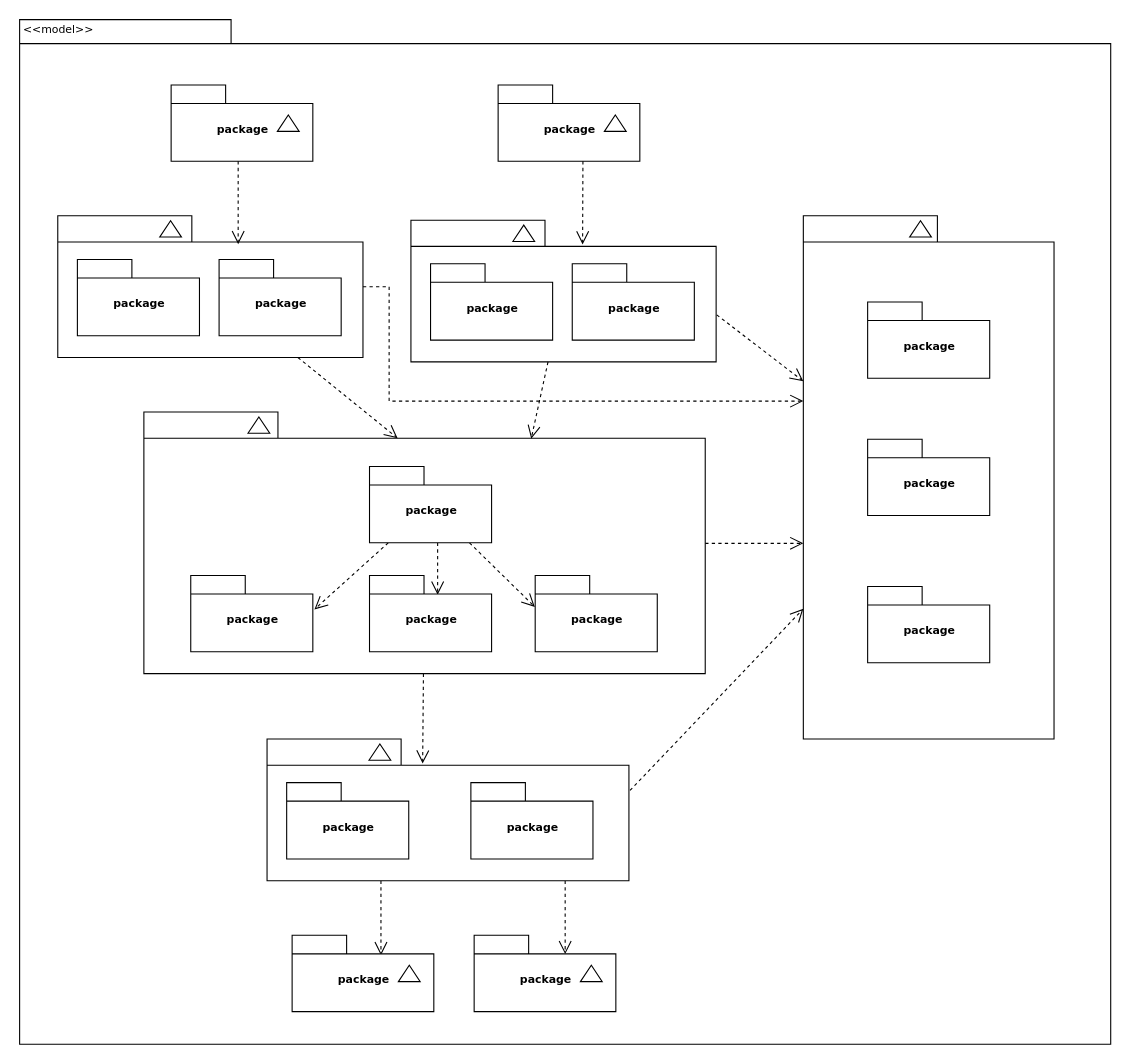
Before: Diagrama sem nome.drawio in Rodrigo-RRD/UML-Ananke, a draw.io diagram. Source tidied: cells renumbered, new cells numbered last; positions are measured from the earlier drawing's top-left corner, leaving out a move shared by most shapes. Both pictures are drawn from the tidied source at 109%, with x=0, y=0 at pixel (19, 19).
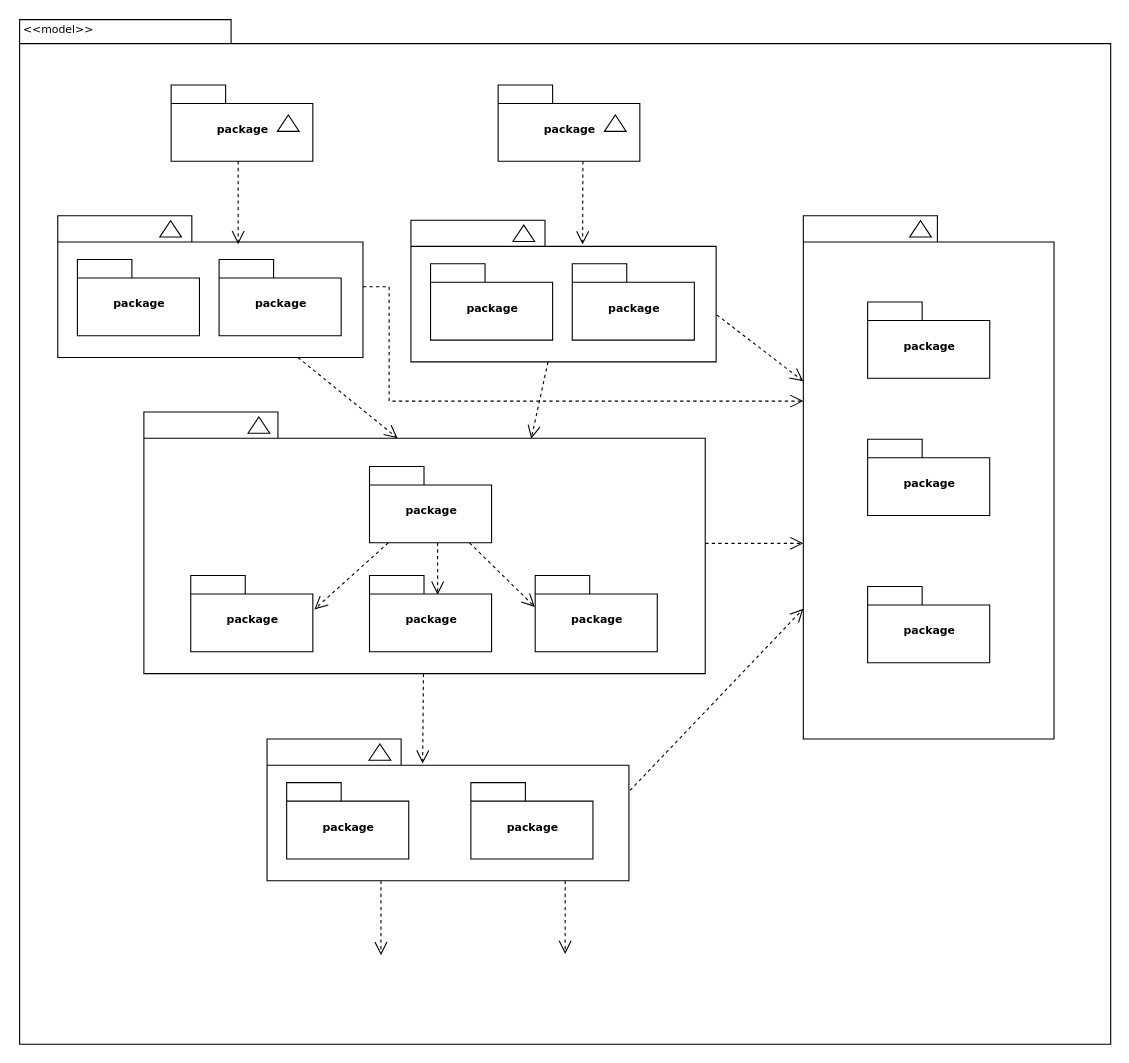
Above is the later version.

The change refers to these unchanged cells:
```xml
<mxCell id="39" style="shape=folder;fontStyle=1;spacingTop=10;tabWidth=123;tabHeight=24;tabPosition=left;html=1;rounded=0;shadow=0;comic=0;labelBackgroundColor=none;strokeWidth=1;fontFamily=Verdana;fontSize=10;align=center;" parent="1" vertex="1">
  <mxGeometry x="227.5" y="660.5" width="332" height="130" as="geometry" />
</mxCell>
```

Change to the diagram source:
```diff
@@
-    <mxCell id="36" style="edgeStyle=elbowEdgeStyle;rounded=0;html=1;entryX=0.628;entryY=0.26;entryPerimeter=0;dashed=1;labelBackgroundColor=none;startFill=0;endArrow=open;endFill=0;endSize=10;fontFamily=Verdana;fontSize=10;" parent="1" edge="1" source="39" target="45">
-      <mxGeometry relative="1" as="geometry" />
+    <mxCell id="36" style="edgeStyle=elbowEdgeStyle;rounded=0;html=1;entryX=0.628;entryY=0.26;entryPerimeter=0;dashed=1;labelBackgroundColor=none;startFill=0;endArrow=open;endFill=0;endSize=10;fontFamily=Verdana;fontSize=10;" parent="1" edge="1" source="39">
+      <mxGeometry relative="1" as="geometry">
+        <mxPoint x="332.1" y="858.8" as="targetPoint" />
+      </mxGeometry>
     </mxCell>
-    <mxCell id="37" style="edgeStyle=elbowEdgeStyle;rounded=0;html=1;entryX=0.643;entryY=0.246;entryPerimeter=0;dashed=1;labelBackgroundColor=none;startFill=0;endArrow=open;endFill=0;endSize=10;fontFamily=Verdana;fontSize=10;" parent="1" edge="1" source="39" target="48">
-      <mxGeometry relative="1" as="geometry" />
+    <mxCell id="37" style="edgeStyle=elbowEdgeStyle;rounded=0;html=1;entryX=0.643;entryY=0.246;entryPerimeter=0;dashed=1;labelBackgroundColor=none;startFill=0;endArrow=open;endFill=0;endSize=10;fontFamily=Verdana;fontSize=10;" parent="1" edge="1" source="39">
+      <mxGeometry relative="1" as="geometry">
+        <mxPoint x="501.1" y="857.8" as="targetPoint" />
+      </mxGeometry>
     </mxCell>
@@
-    <mxCell id="44" style="group;" parent="1" vertex="1">
-      <mxGeometry x="250.5" y="840.6" width="130" height="70" as="geometry" />
-    </mxCell>
-    <mxCell id="45" value="package" style="shape=folder;fontStyle=1;spacingTop=10;tabWidth=50;tabHeight=17;tabPosition=left;html=1;rounded=0;shadow=0;comic=0;labelBackgroundColor=none;strokeWidth=1;fontFamily=Verdana;fontSize=10;align=center;" parent="44" vertex="1">
-      <mxGeometry width="130" height="70" as="geometry" />
-    </mxCell>
-    <mxCell id="46" style="triangle;whiteSpace=wrap;html=1;rounded=0;shadow=0;comic=0;labelBackgroundColor=none;strokeWidth=1;fontFamily=Verdana;fontSize=10;align=center;rotation=-90;" parent="44" vertex="1">
-      <mxGeometry x="100" y="25" width="15" height="20" as="geometry" />
-    </mxCell>
-    <mxCell id="47" style="group;" parent="1" vertex="1">
-      <mxGeometry x="417.5" y="840.6" width="130" height="70" as="geometry" />
-    </mxCell>
-    <mxCell id="48" value="package" style="shape=folder;fontStyle=1;spacingTop=10;tabWidth=50;tabHeight=17;tabPosition=left;html=1;rounded=0;shadow=0;comic=0;labelBackgroundColor=none;strokeWidth=1;fontFamily=Verdana;fontSize=10;align=center;" parent="47" vertex="1">
-      <mxGeometry width="130" height="70" as="geometry" />
-    </mxCell>
-    <mxCell id="49" style="triangle;whiteSpace=wrap;html=1;rounded=0;shadow=0;comic=0;labelBackgroundColor=none;strokeWidth=1;fontFamily=Verdana;fontSize=10;align=center;rotation=-90;" parent="47" vertex="1">
-      <mxGeometry x="100" y="25" width="15" height="20" as="geometry" />
-    </mxCell>
```
